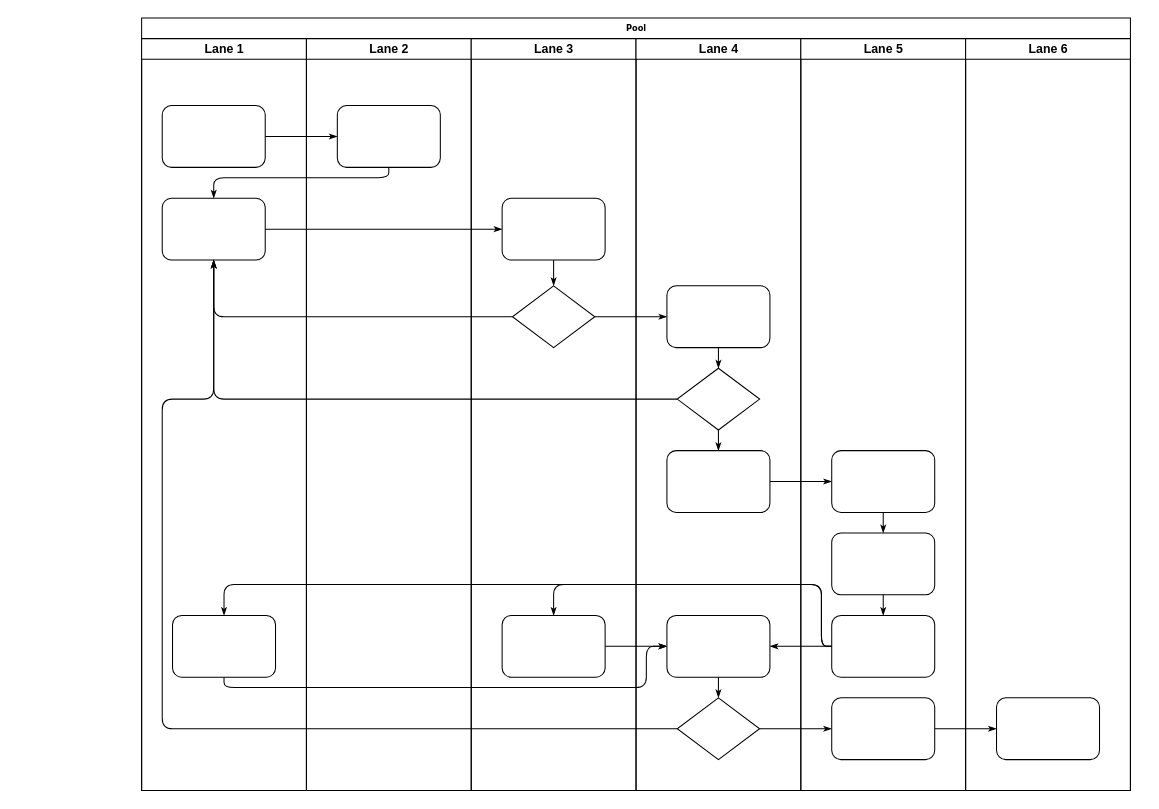
Above: project-workflow.drawio in templklklk/draft (draw.io), before the change. Source tidied: cells renumbered, new cells numbered last; positions are measured from the earlier drawing's top-left corner, leaving out a move shared by most shapes. Both pictures are drawn from the tidied source at 103%, with x=0, y=0 at pixel (141, 18).
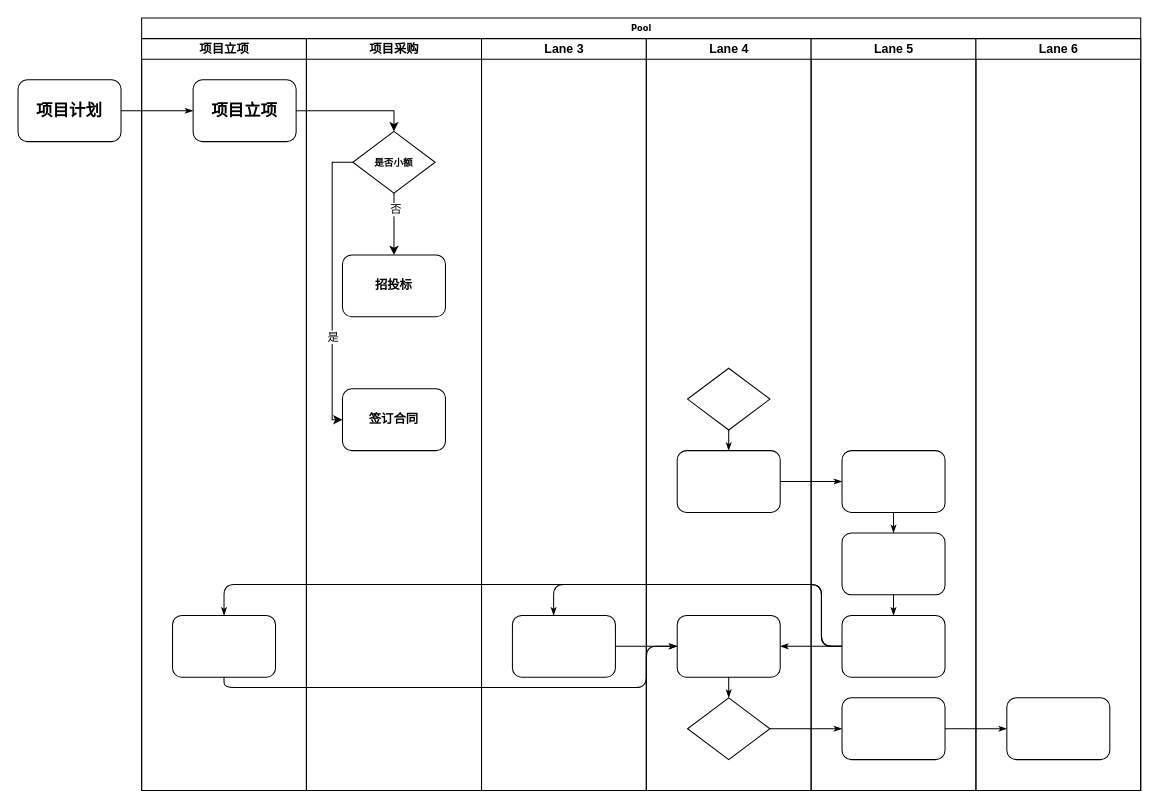
Above is the later version.

Unchanged cells that the change refers to:
```xml
<mxCell id="31" style="rhombus;whiteSpace=wrap;html=1;rounded=0;shadow=0;labelBackgroundColor=none;strokeWidth=1;fontFamily=Verdana;fontSize=8;align=center;" parent="29" vertex="1">
  <mxGeometry x="40" y="320" width="80" height="60" as="geometry" />
</mxCell>
<mxCell id="34" style="rhombus;whiteSpace=wrap;html=1;rounded=0;shadow=0;labelBackgroundColor=none;strokeWidth=1;fontFamily=Verdana;fontSize=8;align=center;" parent="29" vertex="1">
  <mxGeometry x="40" y="640" width="80" height="60" as="geometry" />
</mxCell>
```

The edit, as a diff of the source:
```diff
@@
     <mxCell id="2" value="Pool" style="swimlane;html=1;startSize=20;rounded=0;shadow=0;labelBackgroundColor=none;strokeWidth=1;fontFamily=Verdana;fontSize=8;align=center;" parent="1" vertex="1">
-      <mxGeometry width="960" height="750" as="geometry" />
+      <mxGeometry width="970" height="750" as="geometry" />
     </mxCell>
-    <mxCell id="3" value="Lane 1" style="swimlane;html=1;startSize=20;" parent="2" vertex="1">
+    <mxCell id="3" value="项目立项" style="swimlane;html=1;startSize=20;" parent="2" vertex="1">
       <mxGeometry y="20" width="160" height="730" as="geometry" />
     </mxCell>
-    <mxCell id="4" style="rounded=1;whiteSpace=wrap;html=1;shadow=0;labelBackgroundColor=none;strokeWidth=1;fontFamily=Verdana;fontSize=8;align=center;" parent="3" vertex="1">
-      <mxGeometry x="20" y="65" width="100" height="60" as="geometry" />
-    </mxCell>
-    <mxCell id="5" style="rounded=1;whiteSpace=wrap;html=1;shadow=0;labelBackgroundColor=none;strokeWidth=1;fontFamily=Verdana;fontSize=8;align=center;" parent="3" vertex="1">
-      <mxGeometry x="20" y="155" width="100" height="60" as="geometry" />
-    </mxCell>
@@
-    <mxCell id="7" style="edgeStyle=orthogonalEdgeStyle;rounded=1;html=1;labelBackgroundColor=none;startArrow=none;startFill=0;startSize=5;endArrow=classicThin;endFill=1;endSize=5;jettySize=auto;strokeWidth=1;fontFamily=Verdana;fontSize=8;" parent="2" edge="1" source="4" target="23">
-      <mxGeometry relative="1" as="geometry" />
-    </mxCell>
-    <mxCell id="8" style="edgeStyle=orthogonalEdgeStyle;rounded=1;html=1;labelBackgroundColor=none;startArrow=none;startFill=0;startSize=5;endArrow=classicThin;endFill=1;endSize=5;jettySize=auto;strokeWidth=1;fontFamily=Verdana;fontSize=8;" parent="2" edge="1" source="23" target="5">
-      <mxGeometry relative="1" as="geometry">
-        <Array as="points">
-          <mxPoint x="240" y="155" />
-          <mxPoint x="70" y="155" />
-        </Array>
-      </mxGeometry>
-    </mxCell>
-    <mxCell id="9" style="edgeStyle=orthogonalEdgeStyle;rounded=1;html=1;labelBackgroundColor=none;startArrow=none;startFill=0;startSize=5;endArrow=classicThin;endFill=1;endSize=5;jettySize=auto;strokeWidth=1;fontFamily=Verdana;fontSize=8;" parent="2" edge="1" source="5" target="25">
-      <mxGeometry relative="1" as="geometry" />
-    </mxCell>
-    <mxCell id="10" style="edgeStyle=orthogonalEdgeStyle;rounded=1;html=1;labelBackgroundColor=none;startArrow=none;startFill=0;startSize=5;endArrow=classicThin;endFill=1;endSize=5;jettySize=auto;strokeWidth=1;fontFamily=Verdana;fontSize=8;" parent="2" edge="1" source="26" target="5">
-      <mxGeometry relative="1" as="geometry" />
-    </mxCell>
-    <mxCell id="11" style="edgeStyle=orthogonalEdgeStyle;rounded=1;html=1;labelBackgroundColor=none;startArrow=none;startFill=0;startSize=5;endArrow=classicThin;endFill=1;endSize=5;jettySize=auto;strokeWidth=1;fontFamily=Verdana;fontSize=8;" parent="2" edge="1" source="31" target="5">
-      <mxGeometry relative="1" as="geometry" />
-    </mxCell>
-    <mxCell id="12" style="edgeStyle=orthogonalEdgeStyle;rounded=1;html=1;labelBackgroundColor=none;startArrow=none;startFill=0;startSize=5;endArrow=classicThin;endFill=1;endSize=5;jettySize=auto;strokeWidth=1;fontFamily=Verdana;fontSize=8;" parent="2" edge="1" source="34" target="5">
-      <mxGeometry relative="1" as="geometry">
-        <Array as="points">
-          <mxPoint x="20" y="690" />
-          <mxPoint x="20" y="370" />
-          <mxPoint x="70" y="370" />
-        </Array>
-      </mxGeometry>
-    </mxCell>
-    <mxCell id="13" style="edgeStyle=orthogonalEdgeStyle;rounded=1;html=1;labelBackgroundColor=none;startArrow=none;startFill=0;startSize=5;endArrow=classicThin;endFill=1;endSize=5;jettySize=auto;strokeWidth=1;fontFamily=Verdana;fontSize=8;" parent="2" edge="1" source="26" target="30">
-      <mxGeometry relative="1" as="geometry" />
-    </mxCell>
+    <mxCell id="23" value="&lt;h1&gt;项目立项&lt;/h1&gt;" style="rounded=1;whiteSpace=wrap;html=1;shadow=0;labelBackgroundColor=none;strokeWidth=1;fontFamily=Verdana;fontSize=8;align=center;" parent="3" vertex="1">
+      <mxGeometry x="50" y="40" width="100" height="60" as="geometry" />
+    </mxCell>
@@
-    <mxCell id="22" value="Lane 2" style="swimlane;html=1;startSize=20;" parent="2" vertex="1">
-      <mxGeometry x="160" y="20" width="160" height="730" as="geometry" />
+    <mxCell id="22" value="项目采购" style="swimlane;html=1;startSize=20;" parent="2" vertex="1">
+      <mxGeometry x="160" y="20" width="170" height="730" as="geometry" />
     </mxCell>
-    <mxCell id="23" style="rounded=1;whiteSpace=wrap;html=1;shadow=0;labelBackgroundColor=none;strokeWidth=1;fontFamily=Verdana;fontSize=8;align=center;" parent="22" vertex="1">
-      <mxGeometry x="30" y="65" width="100" height="60" as="geometry" />
-    </mxCell>
+    <mxCell id="47" style="edgeStyle=orthogonalEdgeStyle;rounded=0;jettySize=auto;html=1;" parent="22" edge="1" source="26" target="25">
+      <mxGeometry relative="1" as="geometry" />
+    </mxCell>
+    <mxCell id="48" value="否" style="edgeLabel;html=1;align=center;verticalAlign=middle;" parent="47" vertex="1">
+      <mxGeometry x="-0.5" y="1" relative="1" as="geometry" />
+    </mxCell>
+    <mxCell id="26" value="&lt;h3&gt;是否小额&lt;/h3&gt;" style="rhombus;whiteSpace=wrap;html=1;rounded=0;shadow=0;labelBackgroundColor=none;strokeWidth=1;fontFamily=Verdana;fontSize=8;align=center;" parent="22" vertex="1">
+      <mxGeometry x="45" y="90" width="80" height="60" as="geometry" />
+    </mxCell>
+    <mxCell id="25" value="&lt;h2&gt;招投标&lt;/h2&gt;" style="rounded=1;whiteSpace=wrap;html=1;shadow=0;labelBackgroundColor=none;strokeWidth=1;fontFamily=Verdana;fontSize=8;align=center;" parent="22" vertex="1">
+      <mxGeometry x="35" y="210" width="100" height="60" as="geometry" />
+    </mxCell>
+    <mxCell id="30" value="&lt;h2&gt;签订合同&lt;/h2&gt;" style="rounded=1;whiteSpace=wrap;html=1;shadow=0;labelBackgroundColor=none;strokeWidth=1;fontFamily=Verdana;fontSize=8;align=center;" parent="22" vertex="1">
+      <mxGeometry x="35" y="340" width="100" height="60" as="geometry" />
+    </mxCell>
+    <mxCell id="13" style="edgeStyle=orthogonalEdgeStyle;rounded=0;jettySize=auto;html=1;entryX=0;entryY=0.5;entryDx=0;entryDy=0;exitX=0;exitY=0.5;exitDx=0;exitDy=0;" parent="22" edge="1" source="26" target="30">
+      <mxGeometry relative="1" as="geometry" />
+    </mxCell>
+    <mxCell id="49" value="是" style="edgeLabel;html=1;align=center;verticalAlign=middle;" parent="13" vertex="1">
+      <mxGeometry x="0.35" relative="1" as="geometry" />
+    </mxCell>
     <mxCell id="24" value="Lane 3" style="swimlane;html=1;startSize=20;" parent="2" vertex="1">
-      <mxGeometry x="320" y="20" width="160" height="730" as="geometry" />
+      <mxGeometry x="330" y="20" width="160" height="730" as="geometry" />
     </mxCell>
-    <mxCell id="25" style="rounded=1;whiteSpace=wrap;html=1;shadow=0;labelBackgroundColor=none;strokeWidth=1;fontFamily=Verdana;fontSize=8;align=center;" parent="24" vertex="1">
-      <mxGeometry x="30" y="155" width="100" height="60" as="geometry" />
-    </mxCell>
-    <mxCell id="26" style="rhombus;whiteSpace=wrap;html=1;rounded=0;shadow=0;labelBackgroundColor=none;strokeWidth=1;fontFamily=Verdana;fontSize=8;align=center;" parent="24" vertex="1">
-      <mxGeometry x="40" y="240" width="80" height="60" as="geometry" />
-    </mxCell>
@@
-    <mxCell id="28" style="edgeStyle=orthogonalEdgeStyle;rounded=1;html=1;labelBackgroundColor=none;startArrow=none;startFill=0;startSize=5;endArrow=classicThin;endFill=1;endSize=5;jettySize=auto;strokeWidth=1;fontFamily=Verdana;fontSize=8;" parent="24" edge="1" source="25" target="26">
-      <mxGeometry relative="1" as="geometry" />
-    </mxCell>
     <mxCell id="29" value="Lane 4" style="swimlane;html=1;startSize=20;" parent="2" vertex="1">
-      <mxGeometry x="480" y="20" width="160" height="730" as="geometry" />
+      <mxGeometry x="490" y="20" width="160" height="730" as="geometry" />
     </mxCell>
-    <mxCell id="30" style="rounded=1;whiteSpace=wrap;html=1;shadow=0;labelBackgroundColor=none;strokeWidth=1;fontFamily=Verdana;fontSize=8;align=center;" parent="29" vertex="1">
-      <mxGeometry x="30" y="240" width="100" height="60" as="geometry" />
-    </mxCell>
@@
-    <mxCell id="35" style="edgeStyle=orthogonalEdgeStyle;rounded=1;html=1;labelBackgroundColor=none;startArrow=none;startFill=0;startSize=5;endArrow=classicThin;endFill=1;endSize=5;jettySize=auto;strokeColor=#000000;strokeWidth=1;fontFamily=Verdana;fontSize=8;fontColor=#000000;" parent="29" edge="1" source="30" target="31">
-      <mxGeometry relative="1" as="geometry" />
-    </mxCell>
@@
     <mxCell id="38" value="Lane 5" style="swimlane;html=1;startSize=20;" parent="2" vertex="1">
-      <mxGeometry x="640" y="20" width="160" height="730" as="geometry" />
+      <mxGeometry x="650" y="20" width="160" height="730" as="geometry" />
     </mxCell>
@@
     <mxCell id="45" value="Lane 6" style="swimlane;html=1;startSize=20;" parent="2" vertex="1">
-      <mxGeometry x="800" y="20" width="160" height="730" as="geometry" />
+      <mxGeometry x="810" y="20" width="160" height="730" as="geometry" />
     </mxCell>
@@
+    <mxCell id="50" style="edgeStyle=orthogonalEdgeStyle;rounded=0;jettySize=auto;html=1;entryX=0.5;entryY=0;entryDx=0;entryDy=0;" parent="2" edge="1" source="23" target="26">
+      <mxGeometry relative="1" as="geometry" />
+    </mxCell>
+    <mxCell id="4" value="&lt;h1&gt;项目计划&lt;/h1&gt;" style="rounded=1;whiteSpace=wrap;html=1;shadow=0;labelBackgroundColor=none;strokeWidth=1;fontFamily=Verdana;fontSize=8;align=center;" parent="1" vertex="1">
+      <mxGeometry x="-120" y="60" width="100" height="60" as="geometry" />
+    </mxCell>
+    <mxCell id="7" style="edgeStyle=orthogonalEdgeStyle;rounded=1;html=1;labelBackgroundColor=none;startArrow=none;startFill=0;startSize=5;endArrow=classicThin;endFill=1;endSize=5;jettySize=auto;strokeWidth=1;fontFamily=Verdana;fontSize=8;" parent="1" edge="1" source="4" target="23">
+      <mxGeometry relative="1" as="geometry" />
+    </mxCell>
```
